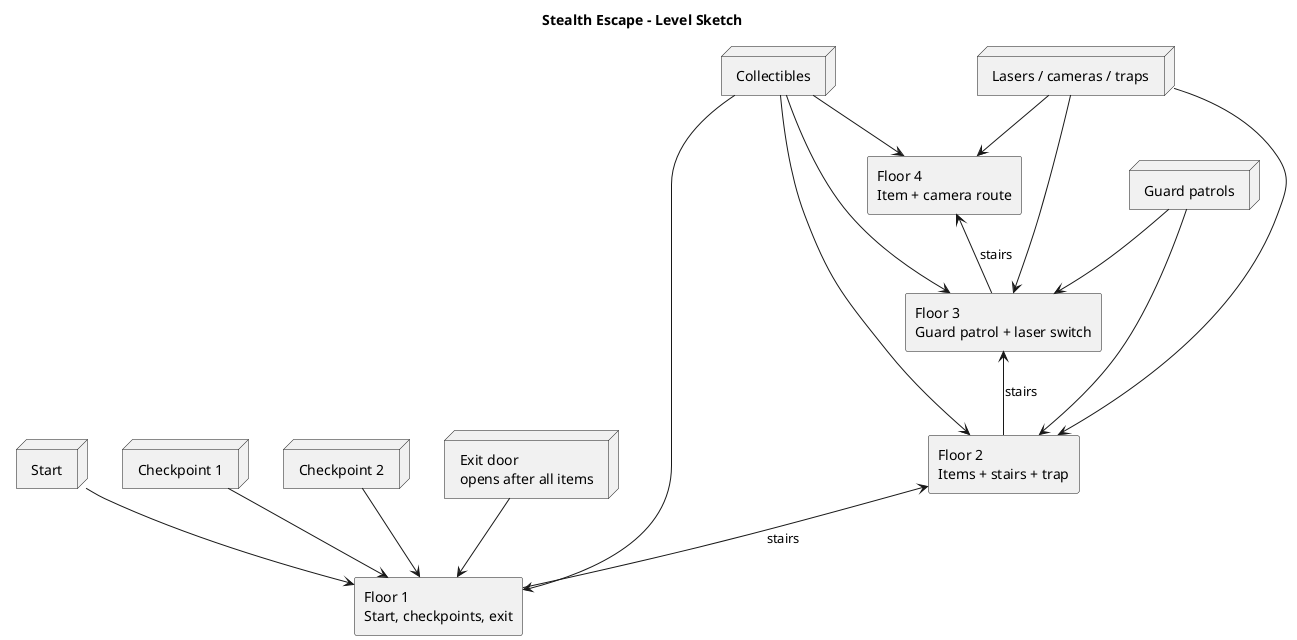
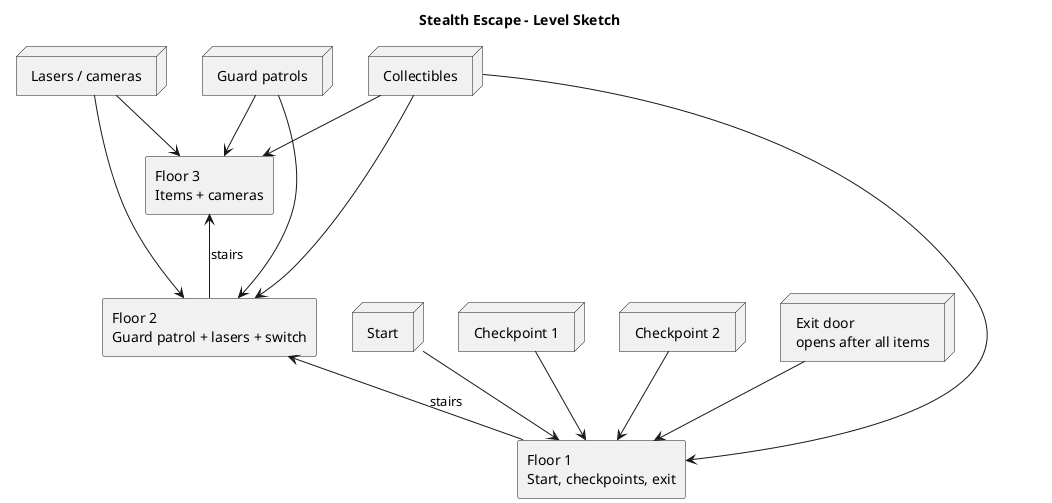
@startuml

title Stealth Escape - Level Sketch

- rectangle "Floor 4\nItem + camera route" as F4
- rectangle "Floor 3\nGuard patrol + laser switch" as F3
- rectangle "Floor 2\nItems + stairs + trap" as F2
+ rectangle "Floor 3\nItems + cameras" as F3
+ rectangle "Floor 2\nGuard patrol + lasers + switch" as F2
rectangle "Floor 1\nStart, checkpoints, exit" as F1

F1 -up-> F2 : stairs
F2 -up-> F3 : stairs
- F3 -up-> F4 : stairs

node "Start" as Start
node "Checkpoint 1" as C1
node "Checkpoint 2" as C2
node "Exit door\nopens after all items" as Exit
node "Guard patrols" as Guards
- node "Lasers / cameras / traps" as Hazards
+ node "Lasers / cameras" as Hazards
node "Collectibles" as Items

Start --> F1
C1 --> F1
C2 --> F1
Exit --> F1
Guards --> F2
Guards --> F3
Hazards --> F2
Hazards --> F3
- Hazards --> F4
Items --> F1
Items --> F2
Items --> F3
- Items --> F4

- @enduml
+ @enduml